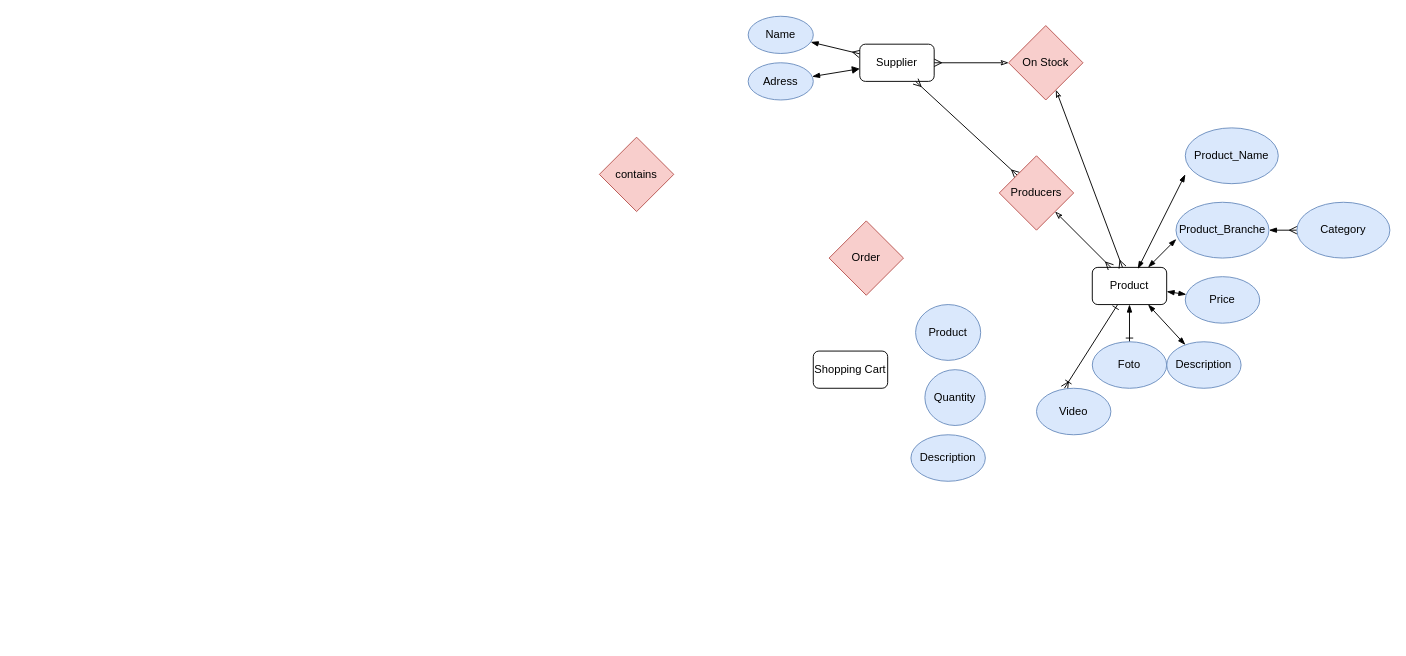
Above: page "Famazon-2" (2 of 2) of Michael/FamazonMichael.drawio in MichaelGarrigosa/backenddayone (draw.io), before the change. Source tidied: cells renumbered, new cells numbered last; positions are measured from the earlier drawing's top-left corner, leaving out a move shared by most shapes. Both pictures are drawn from the tidied source at 93%, with x=0, y=0 at pixel (599, 16).
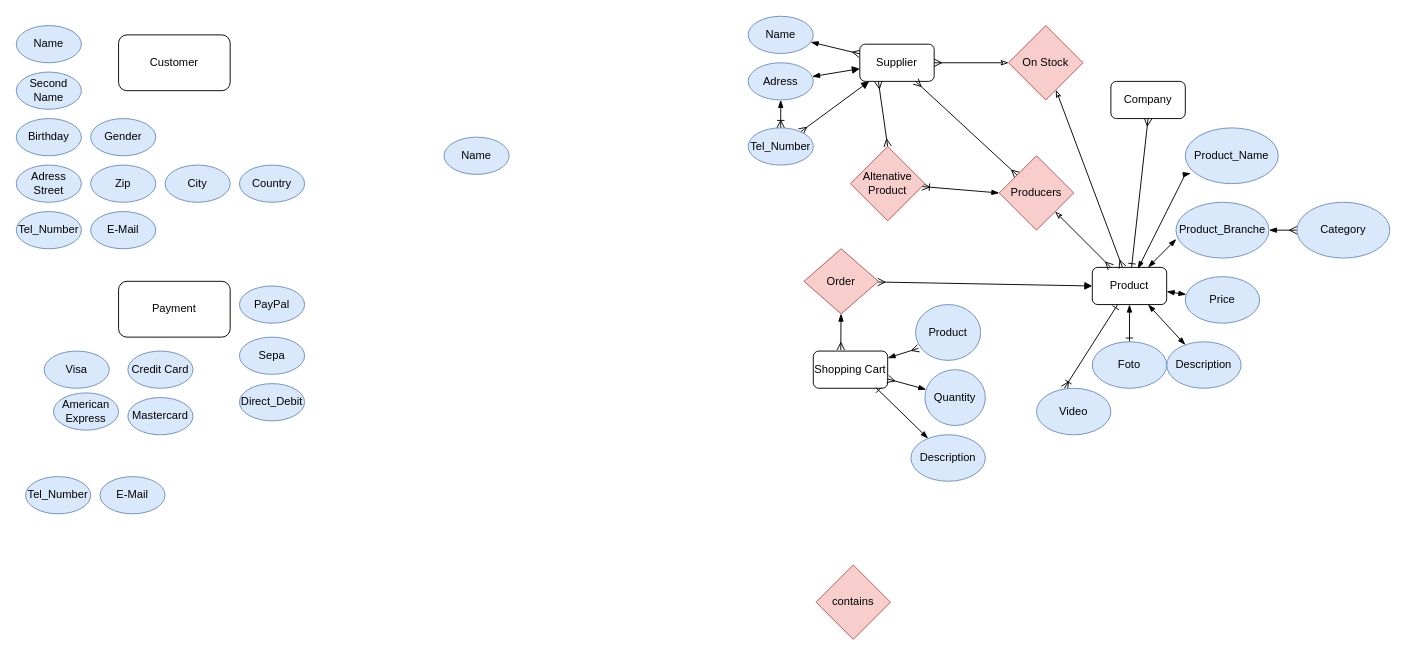
Above is the later version.

The change refers to these unchanged cells:
```xml
<mxCell id="5" value="Product" style="rounded=1;whiteSpace=wrap;html=1;" parent="1" vertex="1">
  <mxGeometry x="530" y="270" width="80" height="40" as="geometry" />
</mxCell>
<mxCell id="7" value="Product_Name" style="ellipse;whiteSpace=wrap;html=1;fillColor=#dae8fc;strokeColor=#6c8ebf;" parent="1" vertex="1">
  <mxGeometry x="630" y="120" width="100" height="60" as="geometry" />
</mxCell>
<mxCell id="12" value="Shopping Cart" style="rounded=1;whiteSpace=wrap;html=1;" parent="1" vertex="1">
  <mxGeometry x="230" y="360" width="80" height="40" as="geometry" />
</mxCell>
<mxCell id="13" value="Product" style="ellipse;whiteSpace=wrap;html=1;fillColor=#dae8fc;strokeColor=#6c8ebf;" parent="1" vertex="1">
  <mxGeometry x="340" y="310" width="70" height="60" as="geometry" />
</mxCell>
<mxCell id="14" value="Quantity" style="ellipse;whiteSpace=wrap;html=1;fillColor=#dae8fc;strokeColor=#6c8ebf;" parent="1" vertex="1">
  <mxGeometry x="350" y="380" width="65" height="60" as="geometry" />
</mxCell>
<mxCell id="15" value="Description" style="ellipse;whiteSpace=wrap;html=1;fillColor=#dae8fc;strokeColor=#6c8ebf;" parent="1" vertex="1">
  <mxGeometry x="335" y="450" width="80" height="50" as="geometry" />
</mxCell>
<mxCell id="18" value="Supplier" style="rounded=1;whiteSpace=wrap;html=1;" parent="1" vertex="1">
  <mxGeometry x="280" y="30" width="80" height="40" as="geometry" />
</mxCell>
<mxCell id="21" value="Adress" style="ellipse;whiteSpace=wrap;html=1;fillColor=#dae8fc;strokeColor=#6c8ebf;" parent="1" vertex="1">
  <mxGeometry x="160" y="50" width="70" height="40" as="geometry" />
</mxCell>
<mxCell id="24" value="Producers" style="rhombus;whiteSpace=wrap;html=1;fillColor=#f8cecc;strokeColor=#b85450;" parent="1" vertex="1">
  <mxGeometry x="430" y="150" width="80" height="80" as="geometry" />
</mxCell>
```

The edit, as a diff of the source:
```diff
@@
+    <mxCell id="34" style="edgeStyle=none;html=1;startArrow=ERone;startFill=0;endArrow=ERmany;endFill=0;" parent="1" edge="1" source="5">
+      <mxGeometry relative="1" as="geometry">
+        <mxPoint x="590" y="110" as="targetPoint" />
+      </mxGeometry>
+    </mxCell>
@@
     <mxCell id="6" value="contains" style="rhombus;whiteSpace=wrap;html=1;fillColor=#f8cecc;strokeColor=#b85450;" parent="1" vertex="1">
-      <mxGeometry y="130" width="80" height="80" as="geometry" />
+      <mxGeometry x="233" y="590" width="80" height="80" as="geometry" />
     </mxCell>
@@
+    <mxCell id="35" style="edgeStyle=none;html=1;entryX=0.045;entryY=0.784;entryDx=0;entryDy=0;entryPerimeter=0;startArrow=blockThin;startFill=1;endArrow=ERmany;endFill=0;" parent="1" edge="1" source="12" target="13">
+      <mxGeometry relative="1" as="geometry" />
+    </mxCell>
@@
+    <mxCell id="36" style="edgeStyle=none;html=1;entryX=1;entryY=0.75;entryDx=0;entryDy=0;startArrow=blockThin;startFill=1;endArrow=ERmany;endFill=0;" parent="1" edge="1" source="14" target="12">
+      <mxGeometry relative="1" as="geometry" />
+    </mxCell>
@@
+    <mxCell id="37" style="edgeStyle=none;html=1;entryX=0.841;entryY=0.981;entryDx=0;entryDy=0;entryPerimeter=0;startArrow=blockThin;startFill=1;endArrow=ERone;endFill=0;" parent="1" edge="1" source="15" target="12">
+      <mxGeometry relative="1" as="geometry" />
+    </mxCell>
@@
+    <mxCell id="38" style="edgeStyle=none;html=1;entryX=0;entryY=0.5;entryDx=0;entryDy=0;startArrow=ERmany;startFill=0;endArrow=block;endFill=1;" parent="1" edge="1" source="16" target="5">
+      <mxGeometry relative="1" as="geometry" />
+    </mxCell>
+    <mxCell id="39" style="edgeStyle=none;html=1;entryX=0.37;entryY=-0.028;entryDx=0;entryDy=0;entryPerimeter=0;startArrow=blockThin;startFill=1;endArrow=ERmany;endFill=0;" parent="1" edge="1" source="16" target="12">
+      <mxGeometry relative="1" as="geometry" />
+    </mxCell>
     <mxCell id="16" value="Order" style="rhombus;whiteSpace=wrap;html=1;fillColor=#f8cecc;strokeColor=#b85450;" parent="1" vertex="1">
-      <mxGeometry x="247" y="220" width="80" height="80" as="geometry" />
+      <mxGeometry x="220" y="250" width="80" height="70" as="geometry" />
     </mxCell>
@@
-    <mxCell id="31" style="edgeStyle=none;html=1;startArrow=blockThin;startFill=1;endArrow=blockThin;endFill=1;exitX=0.612;exitY=0.043;exitDx=0;exitDy=0;exitPerimeter=0;" parent="1" edge="1" source="5">
+    <mxCell id="31" style="edgeStyle=none;html=1;startArrow=blockThin;startFill=1;endArrow=blockThin;endFill=1;exitX=0.612;exitY=0.043;exitDx=0;exitDy=0;exitPerimeter=0;entryX=0.058;entryY=0.816;entryDx=0;entryDy=0;entryPerimeter=0;" parent="1" edge="1" source="5" target="7">
       <mxGeometry relative="1" as="geometry">
-        <mxPoint x="630" y="170" as="targetPoint" />
         <Array as="points">
           <mxPoint x="630" y="170" />
         </Array>
       </mxGeometry>
     </mxCell>
@@
+    <mxCell id="40" style="edgeStyle=none;html=1;entryX=0;entryY=0.5;entryDx=0;entryDy=0;startArrow=ERoneToMany;startFill=0;endArrow=blockThin;endFill=1;" parent="1" edge="1" source="42" target="24">
+      <mxGeometry relative="1" as="geometry" />
+    </mxCell>
+    <mxCell id="41" style="edgeStyle=none;html=1;entryX=0.25;entryY=1;entryDx=0;entryDy=0;startArrow=ERmany;startFill=0;endArrow=ERmany;endFill=0;exitX=0.5;exitY=0;exitDx=0;exitDy=0;" parent="1" edge="1" source="42" target="18">
+      <mxGeometry relative="1" as="geometry" />
+    </mxCell>
+    <mxCell id="42" value="Altenative Product" style="rhombus;whiteSpace=wrap;html=1;fillColor=#f8cecc;strokeColor=#b85450;" parent="1" vertex="1">
+      <mxGeometry x="270" y="140" width="80" height="80" as="geometry" />
+    </mxCell>
+    <mxCell id="43" value="Company" style="rounded=1;whiteSpace=wrap;html=1;" parent="1" vertex="1">
+      <mxGeometry x="550" y="70" width="80" height="40" as="geometry" />
+    </mxCell>
+    <mxCell id="44" style="edgeStyle=none;html=1;entryX=0.125;entryY=1;entryDx=0;entryDy=0;entryPerimeter=0;startArrow=ERmany;startFill=0;endArrow=block;endFill=1;" parent="1" edge="1" source="46" target="18">
+      <mxGeometry relative="1" as="geometry" />
+    </mxCell>
+    <mxCell id="45" style="edgeStyle=none;html=1;entryX=0.5;entryY=1;entryDx=0;entryDy=0;startArrow=ERoneToMany;startFill=0;endArrow=blockThin;endFill=1;" parent="1" edge="1" source="46" target="21">
+      <mxGeometry relative="1" as="geometry" />
+    </mxCell>
+    <mxCell id="46" value="Tel_Number" style="ellipse;whiteSpace=wrap;html=1;fillColor=#dae8fc;strokeColor=#6c8ebf;" parent="1" vertex="1">
+      <mxGeometry x="160" y="120" width="70" height="40" as="geometry" />
+    </mxCell>
+    <mxCell id="47" value="Customer" style="rounded=1;whiteSpace=wrap;html=1;" parent="1" vertex="1">
+      <mxGeometry x="-517" y="20" width="120" height="60" as="geometry" />
+    </mxCell>
+    <mxCell id="48" value="Name" style="ellipse;whiteSpace=wrap;html=1;fillColor=#dae8fc;strokeColor=#6c8ebf;" parent="1" vertex="1">
+      <mxGeometry x="-627" y="10" width="70" height="40" as="geometry" />
+    </mxCell>
+    <mxCell id="49" value="Adress&lt;br&gt;Street" style="ellipse;whiteSpace=wrap;html=1;fillColor=#dae8fc;strokeColor=#6c8ebf;" parent="1" vertex="1">
+      <mxGeometry x="-627" y="160" width="70" height="40" as="geometry" />
+    </mxCell>
+    <mxCell id="50" value="Tel_Number" style="ellipse;whiteSpace=wrap;html=1;fillColor=#dae8fc;strokeColor=#6c8ebf;" parent="1" vertex="1">
+      <mxGeometry x="-627" y="210" width="70" height="40" as="geometry" />
+    </mxCell>
+    <mxCell id="51" value="Second Name" style="ellipse;whiteSpace=wrap;html=1;fillColor=#dae8fc;strokeColor=#6c8ebf;" parent="1" vertex="1">
+      <mxGeometry x="-627" y="60" width="70" height="40" as="geometry" />
+    </mxCell>
+    <mxCell id="52" value="Birthday" style="ellipse;whiteSpace=wrap;html=1;fillColor=#dae8fc;strokeColor=#6c8ebf;" parent="1" vertex="1">
+      <mxGeometry x="-627" y="110" width="70" height="40" as="geometry" />
+    </mxCell>
+    <mxCell id="53" value="Gender" style="ellipse;whiteSpace=wrap;html=1;fillColor=#dae8fc;strokeColor=#6c8ebf;" parent="1" vertex="1">
+      <mxGeometry x="-547" y="110" width="70" height="40" as="geometry" />
+    </mxCell>
+    <mxCell id="54" value="Zip" style="ellipse;whiteSpace=wrap;html=1;fillColor=#dae8fc;strokeColor=#6c8ebf;" parent="1" vertex="1">
+      <mxGeometry x="-547" y="160" width="70" height="40" as="geometry" />
+    </mxCell>
+    <mxCell id="55" value="City" style="ellipse;whiteSpace=wrap;html=1;fillColor=#dae8fc;strokeColor=#6c8ebf;" parent="1" vertex="1">
+      <mxGeometry x="-467" y="160" width="70" height="40" as="geometry" />
+    </mxCell>
+    <mxCell id="56" value="Country" style="ellipse;whiteSpace=wrap;html=1;fillColor=#dae8fc;strokeColor=#6c8ebf;" parent="1" vertex="1">
+      <mxGeometry x="-387" y="160" width="70" height="40" as="geometry" />
+    </mxCell>
+    <mxCell id="57" value="E-Mail" style="ellipse;whiteSpace=wrap;html=1;fillColor=#dae8fc;strokeColor=#6c8ebf;" parent="1" vertex="1">
+      <mxGeometry x="-547" y="210" width="70" height="40" as="geometry" />
+    </mxCell>
+    <mxCell id="58" value="Credit Card" style="ellipse;whiteSpace=wrap;html=1;fillColor=#dae8fc;strokeColor=#6c8ebf;" parent="1" vertex="1">
+      <mxGeometry x="-507" y="360" width="70" height="40" as="geometry" />
+    </mxCell>
+    <mxCell id="59" value="American Express" style="ellipse;whiteSpace=wrap;html=1;fillColor=#dae8fc;strokeColor=#6c8ebf;" parent="1" vertex="1">
+      <mxGeometry x="-587" y="405" width="70" height="40" as="geometry" />
+    </mxCell>
+    <mxCell id="60" value="Tel_Number" style="ellipse;whiteSpace=wrap;html=1;fillColor=#dae8fc;strokeColor=#6c8ebf;" parent="1" vertex="1">
+      <mxGeometry x="-617" y="495" width="70" height="40" as="geometry" />
+    </mxCell>
+    <mxCell id="61" value="Visa" style="ellipse;whiteSpace=wrap;html=1;fillColor=#dae8fc;strokeColor=#6c8ebf;" parent="1" vertex="1">
+      <mxGeometry x="-597" y="360" width="70" height="40" as="geometry" />
+    </mxCell>
+    <mxCell id="62" value="Mastercard" style="ellipse;whiteSpace=wrap;html=1;fillColor=#dae8fc;strokeColor=#6c8ebf;" parent="1" vertex="1">
+      <mxGeometry x="-507" y="410" width="70" height="40" as="geometry" />
+    </mxCell>
+    <mxCell id="63" value="PayPal" style="ellipse;whiteSpace=wrap;html=1;fillColor=#dae8fc;strokeColor=#6c8ebf;" parent="1" vertex="1">
+      <mxGeometry x="-387" y="290" width="70" height="40" as="geometry" />
+    </mxCell>
+    <mxCell id="64" value="Sepa" style="ellipse;whiteSpace=wrap;html=1;fillColor=#dae8fc;strokeColor=#6c8ebf;" parent="1" vertex="1">
+      <mxGeometry x="-387" y="345" width="70" height="40" as="geometry" />
+    </mxCell>
+    <mxCell id="65" value="Direct_Debit" style="ellipse;whiteSpace=wrap;html=1;fillColor=#dae8fc;strokeColor=#6c8ebf;" parent="1" vertex="1">
+      <mxGeometry x="-387" y="395" width="70" height="40" as="geometry" />
+    </mxCell>
+    <mxCell id="66" value="E-Mail" style="ellipse;whiteSpace=wrap;html=1;fillColor=#dae8fc;strokeColor=#6c8ebf;" parent="1" vertex="1">
+      <mxGeometry x="-537" y="495" width="70" height="40" as="geometry" />
+    </mxCell>
+    <mxCell id="67" value="Payment" style="rounded=1;whiteSpace=wrap;html=1;" parent="1" vertex="1">
+      <mxGeometry x="-517" y="285" width="120" height="60" as="geometry" />
+    </mxCell>
+    <mxCell id="68" value="Name" style="ellipse;whiteSpace=wrap;html=1;fillColor=#dae8fc;strokeColor=#6c8ebf;" parent="1" vertex="1">
+      <mxGeometry x="-167" y="130" width="70" height="40" as="geometry" />
+    </mxCell>
```
